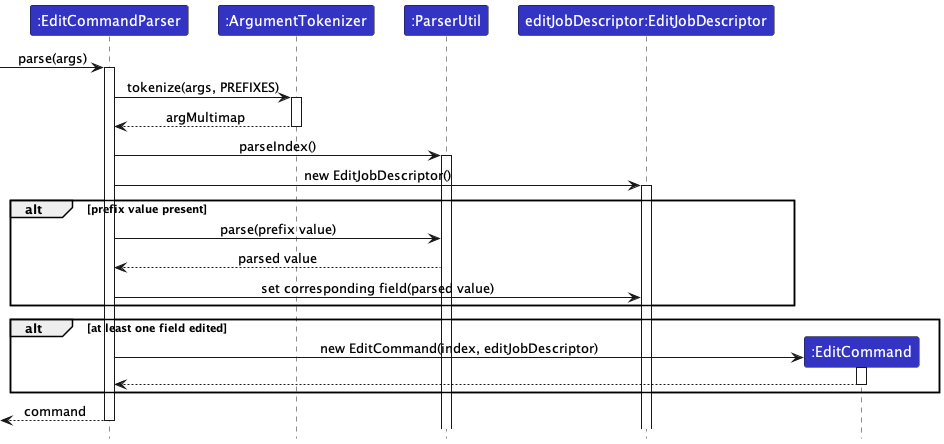
Earlier version of the PlantUML export docs/images/developer-guide/EditCommandParserSequenceDiagram.png (nus-cs2103-AY2324S1/tp).
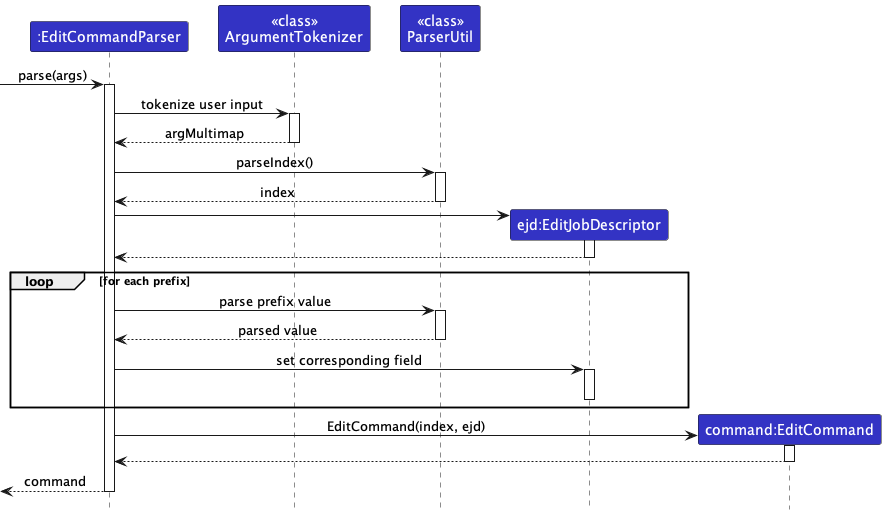
After the change.

The edit, as a diff of the source:
```diff
@@ -3,27 +3,27 @@
 skinparam ArrowFontStyle plain
 
 Participant ":EditCommandParser" as ecp LOGIC_COLOR
-Participant ":ArgumentTokenizer" as at LOGIC_COLOR
-Participant ":ParserUtil" as pu LOGIC_COLOR
-Participant "editJobDescriptor:EditJobDescriptor" as ejd LOGIC_COLOR
-Participant ":EditCommand" as ec LOGIC_COLOR
+Participant "<<class>>\nArgumentTokenizer" as at LOGIC_COLOR
+Participant "<<class>>\nParserUtil" as pu LOGIC_COLOR
+Participant "ejd:EditJobDescriptor" as ejd LOGIC_COLOR
+Participant "command:EditCommand" as ec LOGIC_COLOR
 
 [-> ecp ++: parse(args)
-ecp -> at ++: tokenize(args, PREFIXES)
+ecp -> at ++: tokenize user input
 at --> ecp --: argMultimap
 ecp -> pu ++: parseIndex()
-
-ecp -> ejd ++: new EditJobDescriptor()
-alt prefix value present
-    ecp -> pu : parse(prefix value)
-    pu --> ecp : parsed value
-    ecp -> ejd : set corresponding field(parsed value)
-end
-
-alt at least one field edited
+pu --> ecp --: index
+create ejd
+ecp -> ejd ++
+ejd --> ecp --
+loop for each prefix
+    ecp -> pu ++: parse prefix value
+    pu --> ecp --: parsed value
+    ecp -> ejd ++: set corresponding field
+    deactivate ejd
+end loop
     create ec
-    ecp -> ec ++: new EditCommand(index, editJobDescriptor)
+    ecp -> ec ++: EditCommand(index, ejd)
     ec --> ecp --
-end
     ecp -->[ --: command
 @enduml
```
